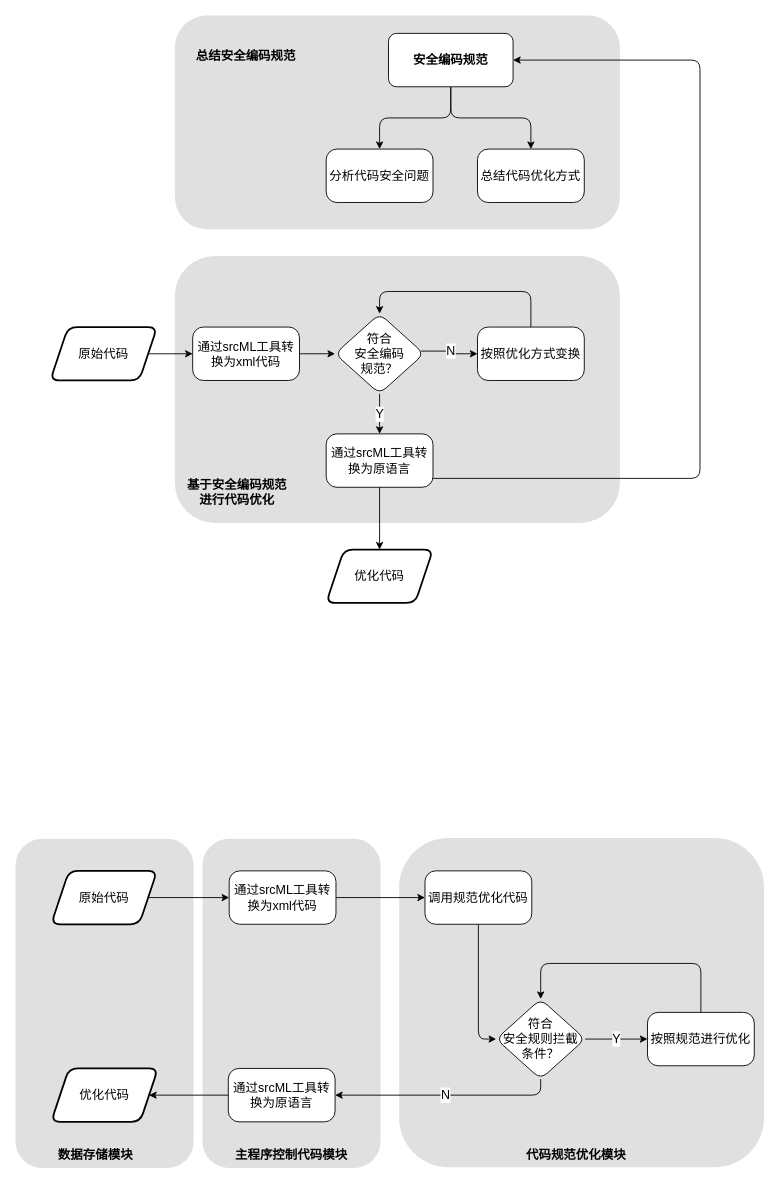
The draw.io diagram 未命名绘图.drawio in z5833999/C-3, before the edit. Source tidied: cells renumbered, new cells numbered last; positions are measured from the earlier drawing's top-left corner, leaving out a move shared by most shapes. Both pictures are drawn from the tidied source at 89%, with x=0, y=0 at pixel (15, 15).
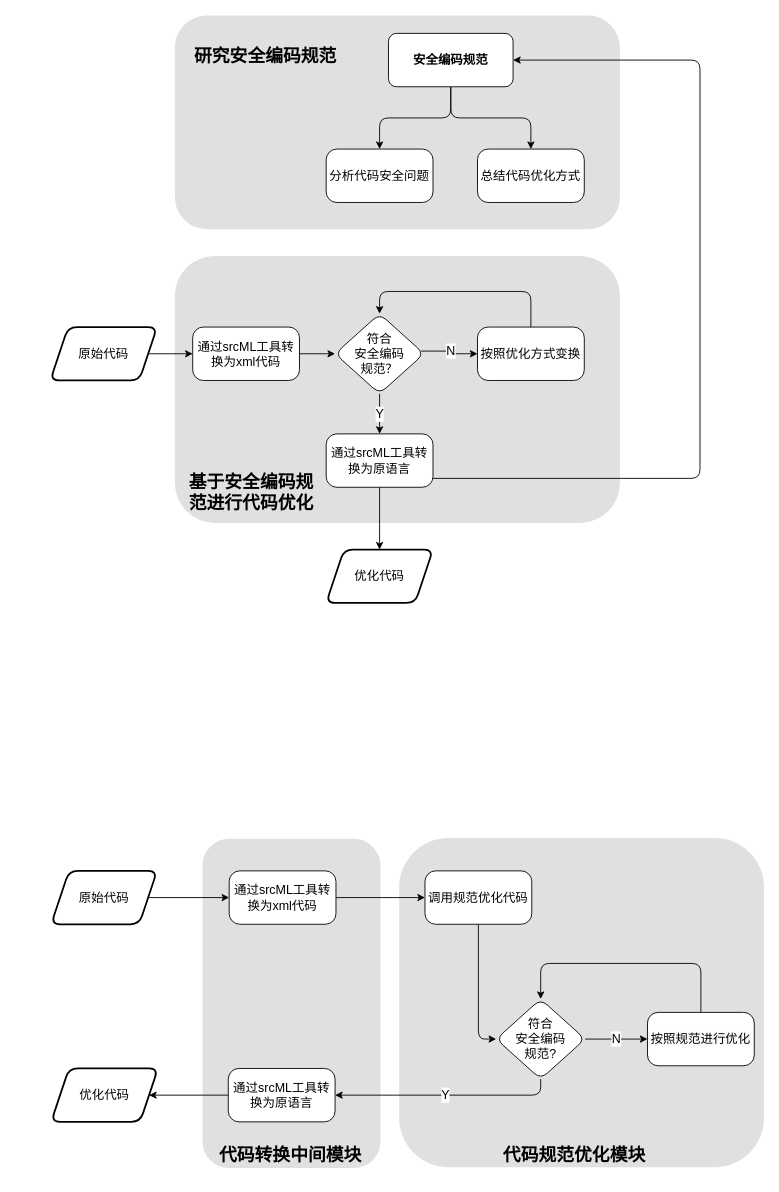
The same page after the edit.

Commit message:
更新未命名绘图.drawio

The change refers to these unchanged cells:
```xml
<mxCell id="34" value="通过srcML工具转换为原语言" style="whiteSpace=wrap;html=1;fontFamily=Helvetica;arcSize=20;rounded=1;fontSize=14;" parent="1" vertex="1">
  <mxGeometry x="239" y="1183" width="120" height="60" as="geometry" />
</mxCell>
<mxCell id="42" value="&lt;span style=&quot;color: rgb(0, 0, 0); font-family: Helvetica; font-size: 14px; font-style: normal; font-variant-ligatures: normal; font-variant-caps: normal; font-weight: 400; letter-spacing: normal; orphans: 2; text-align: center; text-indent: 0px; text-transform: none; widows: 2; word-spacing: 0px; -webkit-text-stroke-width: 0px; background-color: rgb(251, 251, 251); text-decoration-thickness: initial; text-decoration-style: initial; text-decoration-color: initial; float: none; display: inline !important;&quot;&gt;按照规范进行优化&lt;/span&gt;" style="whiteSpace=wrap;html=1;fontSize=14;arcSize=20;rounded=1;" parent="1" vertex="1">
  <mxGeometry x="710" y="1120" width="120" height="60" as="geometry" />
</mxCell>
```

The edit, as a diff of the source:
```diff
@@
-    <mxCell id="25" value="基于安全编码规范进行代码优化" style="text;html=1;strokeColor=none;fillColor=none;align=center;verticalAlign=middle;whiteSpace=wrap;rounded=0;strokeWidth=2;fontSize=14;fontStyle=1;" parent="1" vertex="1">
-      <mxGeometry x="189" y="520" width="120" height="30" as="geometry" />
+    <mxCell id="25" value="基于安全编码规范进行代码优化" style="text;html=1;strokeColor=none;fillColor=none;align=center;verticalAlign=middle;whiteSpace=wrap;rounded=0;strokeWidth=2;fontSize=20;fontStyle=1;" parent="1" vertex="1">
+      <mxGeometry x="189" y="520" width="152" height="30" as="geometry" />
     </mxCell>
-    <mxCell id="26" value="总结安全编码规范" style="text;html=1;strokeColor=none;fillColor=none;align=center;verticalAlign=middle;whiteSpace=wrap;rounded=0;strokeWidth=2;fontSize=14;fontStyle=1;" parent="1" vertex="1">
-      <mxGeometry x="199" y="30" width="120" height="30" as="geometry" />
+    <mxCell id="26" value="研究安全编码规范" style="text;html=1;strokeColor=none;fillColor=none;align=center;verticalAlign=middle;whiteSpace=wrap;rounded=0;strokeWidth=2;fontSize=20;fontStyle=1;" parent="1" vertex="1">
+      <mxGeometry x="199" y="30" width="164" height="30" as="geometry" />
     </mxCell>
-    <mxCell id="27" style="rounded=1;whiteSpace=wrap;html=1;fillColor=#C2C2C2;opacity=50;strokeColor=none;glass=0;shadow=0;fontSize=14;" parent="1" vertex="1">
-      <mxGeometry y="925" width="200" height="370" as="geometry" />
-    </mxCell>
@@
-    <mxCell id="30" value="N" style="edgeStyle=orthogonalEdgeStyle;rounded=1;jettySize=auto;html=1;entryX=1;entryY=0.5;entryDx=0;entryDy=0;fontSize=14;" parent="1" edge="1" source="32" target="34">
+    <mxCell id="30" value="Y" style="edgeStyle=orthogonalEdgeStyle;rounded=1;jettySize=auto;html=1;entryX=1;entryY=0.5;entryDx=0;entryDy=0;fontSize=14;" parent="1" edge="1" source="32" target="34">
       <mxGeometry relative="1" as="geometry">
         <Array as="points">
           <mxPoint x="590" y="1213" />
         </Array>
       </mxGeometry>
     </mxCell>
-    <mxCell id="31" value="Y" style="edgeStyle=orthogonalEdgeStyle;rounded=0;jettySize=auto;html=1;fontSize=14;" parent="1" edge="1" source="32" target="42">
+    <mxCell id="31" value="N" style="edgeStyle=orthogonalEdgeStyle;rounded=0;jettySize=auto;html=1;fontSize=14;" parent="1" edge="1" source="32" target="42">
       <mxGeometry relative="1" as="geometry" />
     </mxCell>
-    <mxCell id="32" value="符合&lt;br style=&quot;font-size: 14px;&quot;&gt;安全规则拦截&lt;br style=&quot;font-size: 14px;&quot;&gt;条件？" style="rhombus;whiteSpace=wrap;html=1;fontFamily=Helvetica;arcSize=20;rounded=1;fontSize=14;" parent="1" vertex="1">
+    <mxCell id="32" value="符合&lt;br style=&quot;font-size: 14px;&quot;&gt;&lt;font&gt;安全编码&lt;br&gt;规范?&lt;/font&gt;" style="rhombus;whiteSpace=wrap;html=1;fontFamily=Helvetica;arcSize=20;rounded=1;fontSize=14;" parent="1" vertex="1">
       <mxGeometry x="540" y="1105" width="100" height="90" as="geometry" />
     </mxCell>
@@
-    <mxCell id="36" value="&lt;b style=&quot;font-size: 14px;&quot;&gt;&lt;span style=&quot;font-size: 14px; line-height: 150%;&quot;&gt;主程序控制代码模块&lt;/span&gt;&lt;/b&gt;" style="text;html=1;strokeColor=none;fillColor=none;align=center;verticalAlign=middle;whiteSpace=wrap;rounded=0;strokeWidth=2;fontSize=14;fontStyle=1;" parent="1" vertex="1">
-      <mxGeometry x="230" y="1265" width="160" height="30" as="geometry" />
+    <mxCell id="36" value="&lt;font style=&quot;font-size: 20px;&quot;&gt;代码转换中间模块&lt;/font&gt;" style="text;html=1;strokeColor=none;fillColor=none;align=center;verticalAlign=middle;whiteSpace=wrap;rounded=0;strokeWidth=2;fontSize=20;fontStyle=1;" parent="1" vertex="1">
+      <mxGeometry x="221" y="1264" width="176" height="30" as="geometry" />
     </mxCell>
@@
-    <mxCell id="43" value="&lt;b&gt;数据存储模块&lt;/b&gt;" style="text;html=1;strokeColor=none;fillColor=none;align=center;verticalAlign=middle;whiteSpace=wrap;rounded=0;strokeWidth=2;fontSize=14;fontStyle=1;" parent="1" vertex="1">
-      <mxGeometry x="10" y="1255" width="160" height="50" as="geometry" />
-    </mxCell>
-    <mxCell id="44" value="&lt;font style=&quot;font-size: 14px;&quot;&gt;&lt;b style=&quot;font-size: 14px;&quot;&gt;&lt;span style=&quot;font-size: 14px; line-height: 150%;&quot;&gt;代码规范优化模块&lt;/span&gt;&lt;/b&gt;&lt;/font&gt;" style="text;html=1;strokeColor=none;fillColor=none;align=center;verticalAlign=middle;whiteSpace=wrap;rounded=0;strokeWidth=2;fontSize=14;fontStyle=1;" parent="1" vertex="1">
-      <mxGeometry x="550" y="1255" width="160" height="50" as="geometry" />
+    <mxCell id="44" value="&lt;font style=&quot;font-size: 20px;&quot;&gt;&lt;b style=&quot;font-size: 20px;&quot;&gt;&lt;span style=&quot;font-size: 20px; line-height: 150%;&quot;&gt;代码规范优化模块&lt;/span&gt;&lt;/b&gt;&lt;/font&gt;" style="text;html=1;strokeColor=none;fillColor=none;align=center;verticalAlign=middle;whiteSpace=wrap;rounded=0;strokeWidth=2;fontSize=20;fontStyle=1;" parent="1" vertex="1">
+      <mxGeometry x="531" y="1254" width="194" height="50" as="geometry" />
     </mxCell>
```
